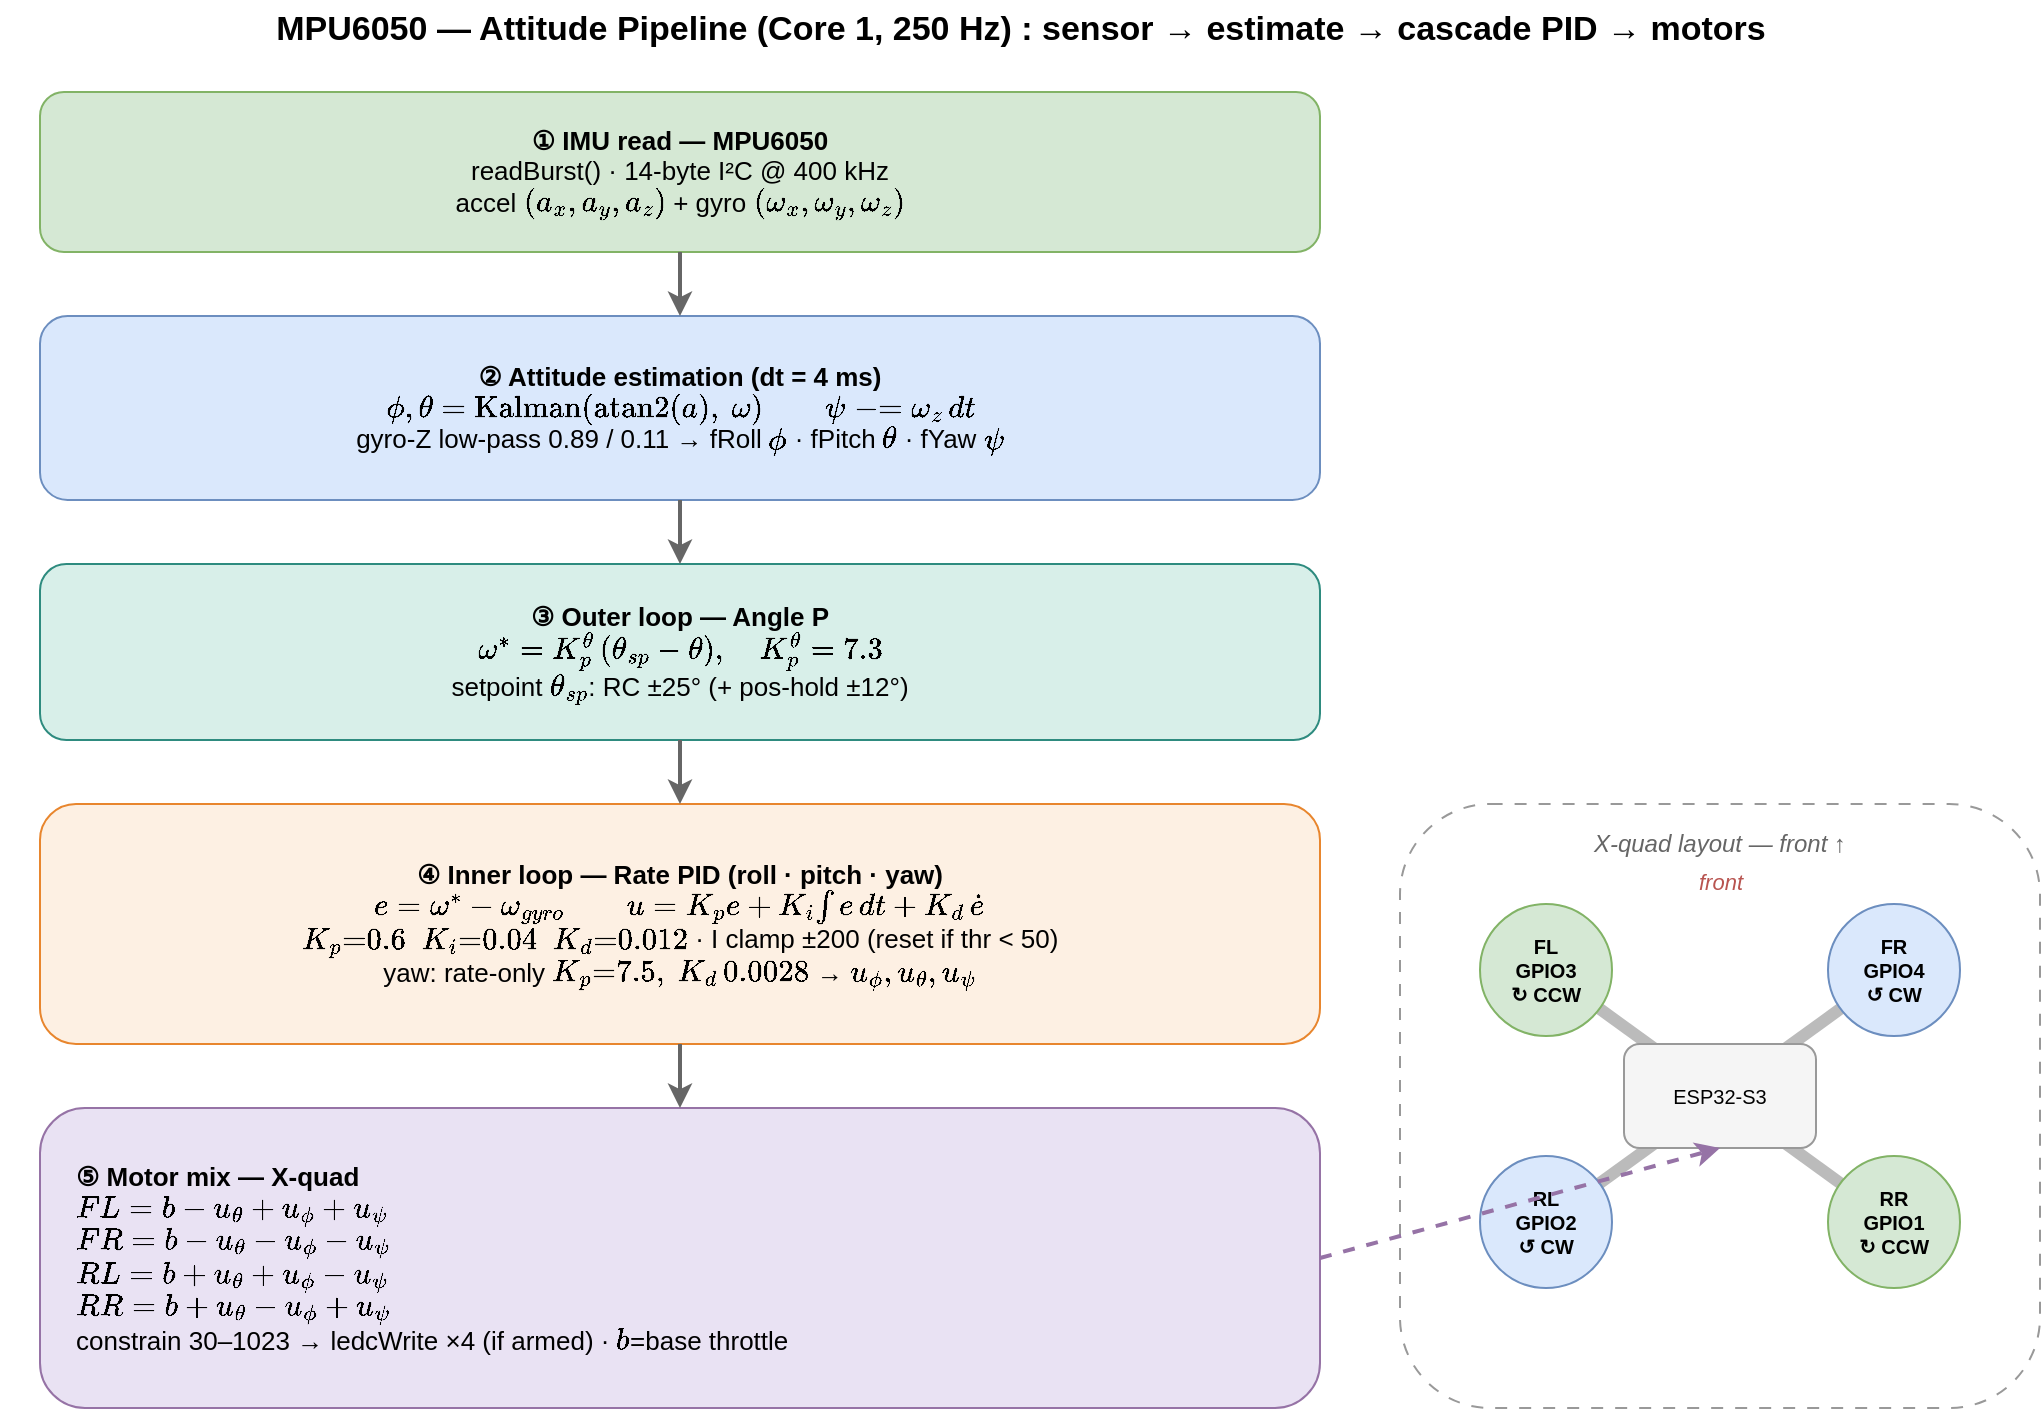
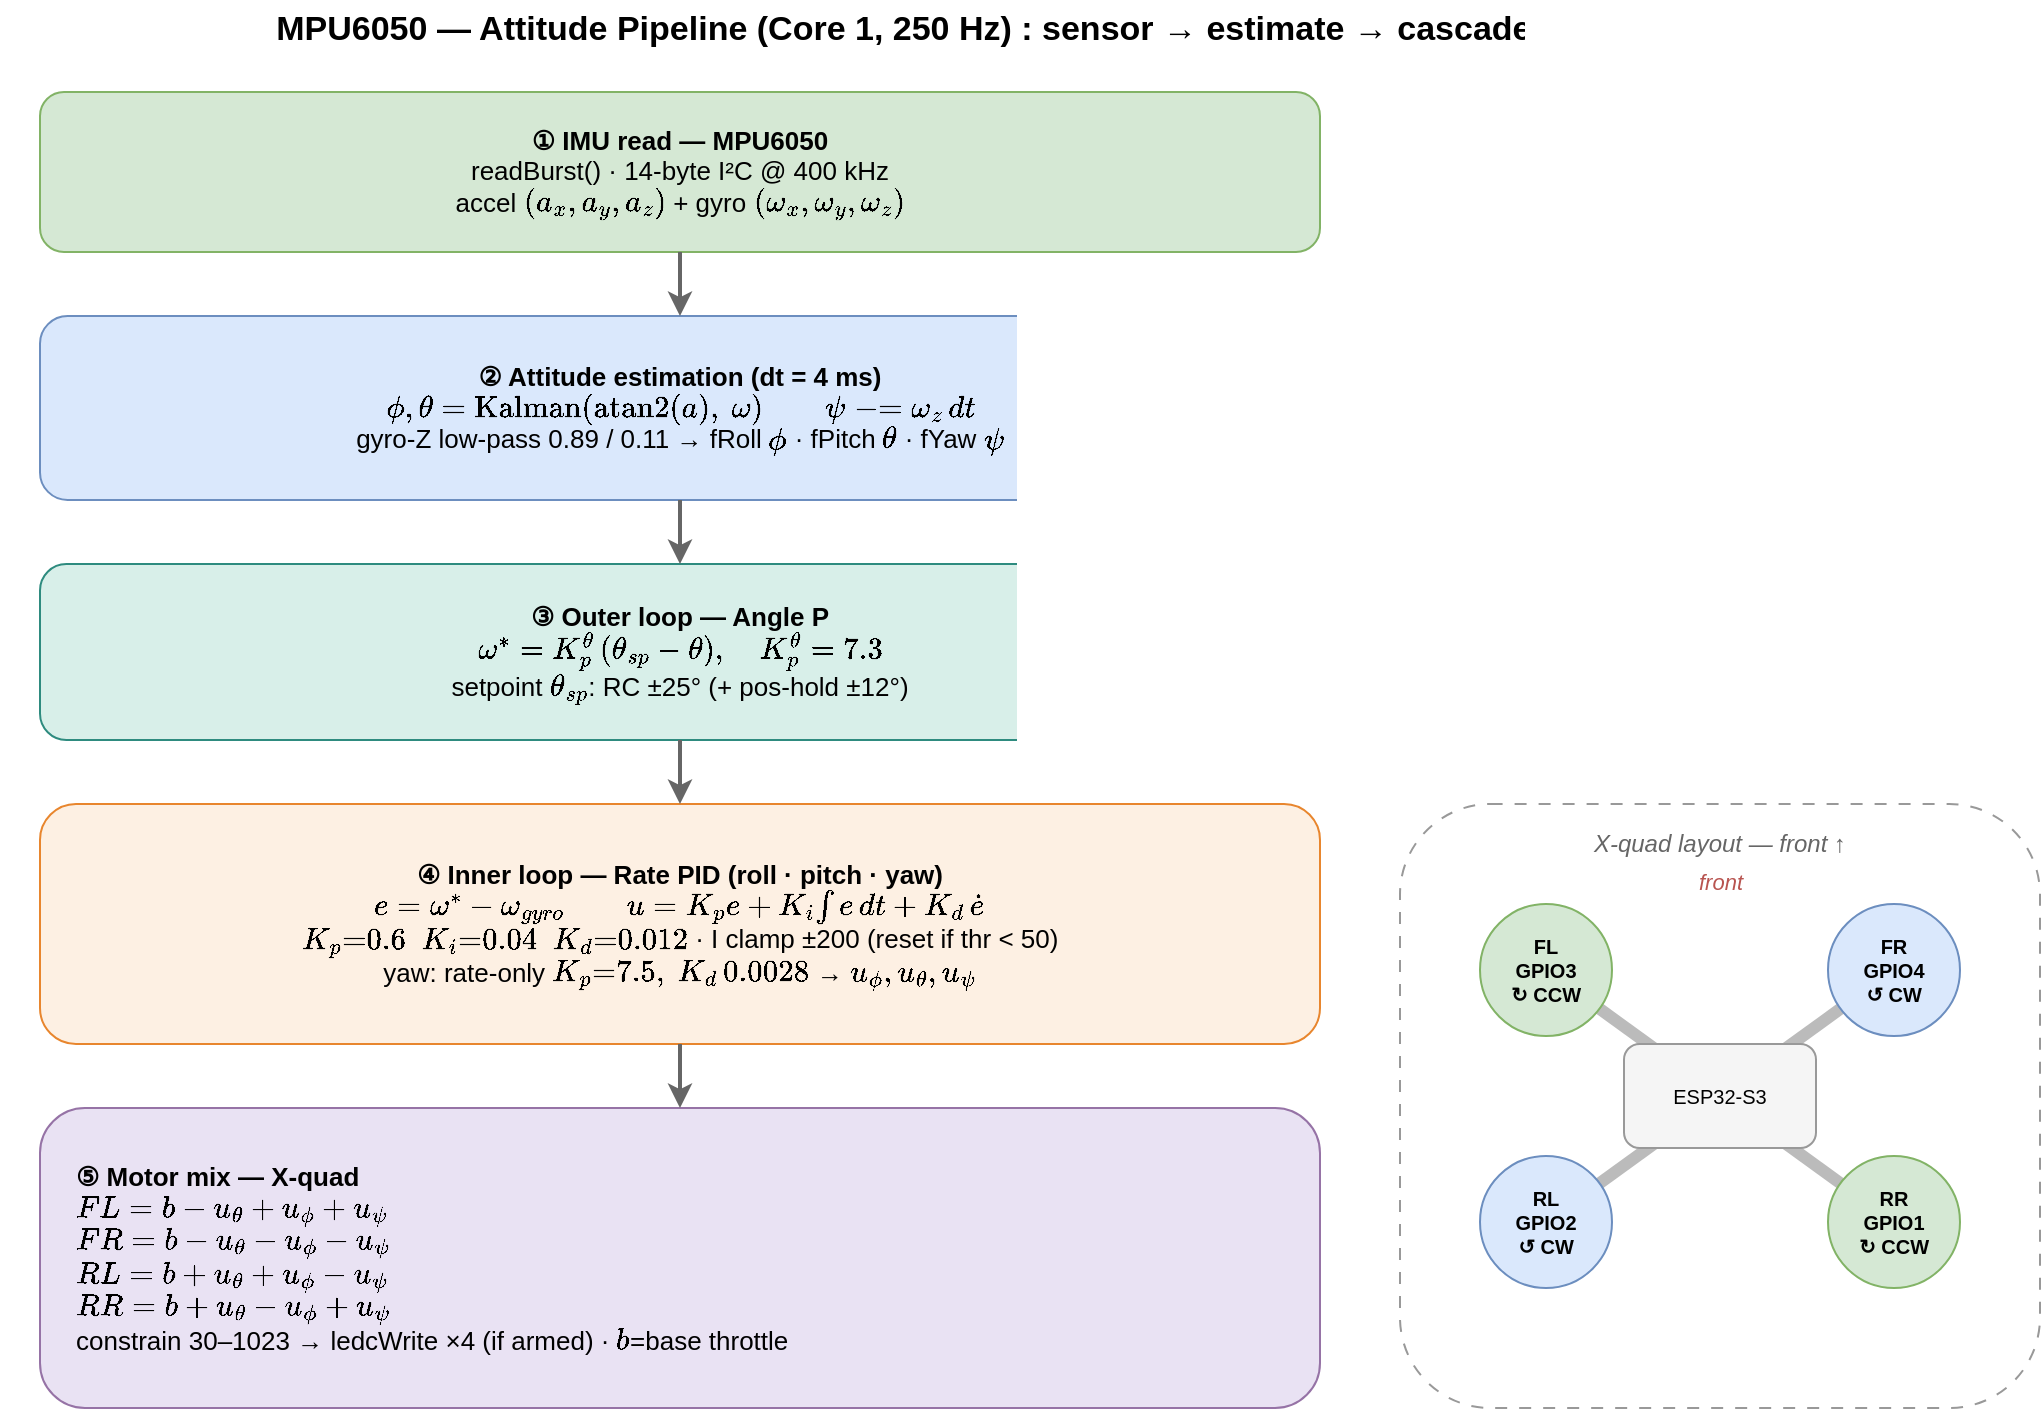
<?xml version="1.0" encoding="UTF-8"?>
<mxfile host="drawio" version="26.0.0">
  <diagram name="MPU6050-Algorithm">
    <mxGraphModel dx="1400" dy="900" grid="1" gridSize="10" guides="1" tooltips="1" connect="1" arrows="1" fold="1" page="1" pageScale="1" math="1" shadow="0">
      <root>
        <mxCell id="0" />
        <mxCell id="1" parent="0" />

        <mxCell id="ttl" value="MPU6050 — Attitude Pipeline (Core 1, 250 Hz) : sensor → estimate → cascade PID → motors" style="text;html=1;align=center;verticalAlign=middle;fontStyle=1;fontSize=17;" vertex="1" parent="1">
          <mxGeometry x="60" y="18" width="1020" height="30" as="geometry" />
        </mxCell>

        <!-- ① IMU read -->
        <mxCell id="s1" value="&lt;b&gt;①  IMU read — MPU6050&lt;/b&gt;&#xa;readBurst() · 14-byte I²C @ 400 kHz&#xa;accel \((a_x,a_y,a_z)\) + gyro \((\omega_x,\omega_y,\omega_z)\)" style="rounded=1;whiteSpace=wrap;html=1;fillColor=#d5e8d4;strokeColor=#82b366;fontSize=13;align=center;verticalAlign=middle;" vertex="1" parent="1">
          <mxGeometry x="80" y="64" width="640" height="80" as="geometry" />
        </mxCell>

        <!-- ② Attitude -->
        <mxCell id="s2" value="&lt;b&gt;②  Attitude estimation  (dt = 4 ms)&lt;/b&gt;&#xa;\(\phi,\theta = \mathrm{Kalman}(\mathrm{atan2}(a),\ \omega)\qquad \psi \mathrel{-}= \omega_z\,dt\)&#xa;gyro-Z low-pass 0.89 / 0.11  →  fRoll \(\phi\) · fPitch \(\theta\) · fYaw \(\psi\)" style="rounded=1;whiteSpace=wrap;html=1;fillColor=#dae8fc;strokeColor=#6c8ebf;fontSize=13;align=center;verticalAlign=middle;" vertex="1" parent="1">
          <mxGeometry x="80" y="176" width="640" height="92" as="geometry" />
        </mxCell>

        <!-- ③ Outer -->
        <mxCell id="s3" value="&lt;b&gt;③  Outer loop — Angle P&lt;/b&gt;&#xa;\(\omega^{*} = K_p^{\theta}\,(\theta_{sp} - \theta),\quad K_p^{\theta}=7.3\)&#xa;setpoint \(\theta_{sp}\): RC ±25° (+ pos-hold ±12°)" style="rounded=1;whiteSpace=wrap;html=1;fillColor=#d8efe9;strokeColor=#2E8B7F;fontSize=13;align=center;verticalAlign=middle;" vertex="1" parent="1">
          <mxGeometry x="80" y="300" width="640" height="88" as="geometry" />
        </mxCell>

        <!-- ④ Inner -->
        <mxCell id="s4" value="&lt;b&gt;④  Inner loop — Rate PID  (roll · pitch · yaw)&lt;/b&gt;&#xa;\(e = \omega^{*} - \omega_{gyro}\qquad u = K_p e + K_i\!\int e\,dt + K_d\,\dot e\)&#xa;\(K_p{=}0.6\ \ K_i{=}0.04\ \ K_d{=}0.012\) · I clamp ±200 (reset if thr &lt; 50)&#xa;yaw: rate-only \(K_p{=}7.5,\ K_d\,0.0028\)  →  \(u_\phi, u_\theta, u_\psi\)" style="rounded=1;whiteSpace=wrap;html=1;fillColor=#fdf0e3;strokeColor=#E8862E;fontSize=13;align=center;verticalAlign=middle;" vertex="1" parent="1">
          <mxGeometry x="80" y="420" width="640" height="120" as="geometry" />
        </mxCell>

        <!-- ⑤ Motor mix -->
        <mxCell id="s5" value="&lt;b&gt;⑤  Motor mix — X-quad&lt;/b&gt;&#xa;\(FL = b - u_\theta + u_\phi + u_\psi\)&#xa;\(FR = b - u_\theta - u_\phi - u_\psi\)&#xa;\(RL = b + u_\theta + u_\phi - u_\psi\)&#xa;\(RR = b + u_\theta - u_\phi + u_\psi\)&#xa;constrain 30–1023 → ledcWrite ×4 (if armed) · \(b\)=base throttle" style="rounded=1;whiteSpace=wrap;html=1;fillColor=#e9e2f3;strokeColor=#9673a6;fontSize=13;align=left;verticalAlign=middle;spacingLeft=16;" vertex="1" parent="1">
          <mxGeometry x="80" y="572" width="640" height="150" as="geometry" />
        </mxCell>

        <!-- flow arrows -->
        <mxCell id="a1" style="html=1;endArrow=classic;strokeColor=#666666;strokeWidth=2;exitX=0.5;exitY=1;entryX=0.5;entryY=0;" edge="1" parent="1" source="s1" target="s2"><mxGeometry relative="1" as="geometry" /></mxCell>
        <mxCell id="a2" style="html=1;endArrow=classic;strokeColor=#666666;strokeWidth=2;exitX=0.5;exitY=1;entryX=0.5;entryY=0;" edge="1" parent="1" source="s2" target="s3"><mxGeometry relative="1" as="geometry" /></mxCell>
        <mxCell id="a3" style="html=1;endArrow=classic;strokeColor=#666666;strokeWidth=2;exitX=0.5;exitY=1;entryX=0.5;entryY=0;" edge="1" parent="1" source="s3" target="s4"><mxGeometry relative="1" as="geometry" /></mxCell>
        <mxCell id="a4" style="html=1;endArrow=classic;strokeColor=#666666;strokeWidth=2;exitX=0.5;exitY=1;entryX=0.5;entryY=0;" edge="1" parent="1" source="s4" target="s5"><mxGeometry relative="1" as="geometry" /></mxCell>

        <!-- ===== X-quad motor layout (right) ===== -->
        <mxCell id="quadBox" value="X-quad layout — front ↑" style="rounded=1;whiteSpace=wrap;html=1;fillColor=none;strokeColor=#999999;dashed=1;dashPattern=6 6;fontSize=12;fontStyle=2;fontColor=#666666;verticalAlign=top;align=center;spacingTop=6;" vertex="1" parent="1">
          <mxGeometry x="760" y="420" width="320" height="302" as="geometry" />
        </mxCell>
        <mxCell id="arm1" style="html=1;endArrow=none;strokeColor=#bbbbbb;strokeWidth=6;" edge="1" parent="1" source="mFL" target="mRR"><mxGeometry relative="1" as="geometry" /></mxCell>
        <mxCell id="arm2" style="html=1;endArrow=none;strokeColor=#bbbbbb;strokeWidth=6;" edge="1" parent="1" source="mFR" target="mRL"><mxGeometry relative="1" as="geometry" /></mxCell>
        <mxCell id="body" value="ESP32-S3" style="rounded=1;whiteSpace=wrap;html=1;fillColor=#f5f5f5;strokeColor=#999999;fontSize=10;" vertex="1" parent="1">
          <mxGeometry x="872" y="540" width="96" height="52" as="geometry" />
        </mxCell>
        <mxCell id="mFL" value="FL&#xa;GPIO3&#xa;↻ CCW" style="ellipse;whiteSpace=wrap;html=1;fillColor=#d5e8d4;strokeColor=#82b366;fontSize=10;fontStyle=1;" vertex="1" parent="1">
          <mxGeometry x="800" y="470" width="66" height="66" as="geometry" />
        </mxCell>
        <mxCell id="mFR" value="FR&#xa;GPIO4&#xa;↺ CW" style="ellipse;whiteSpace=wrap;html=1;fillColor=#dae8fc;strokeColor=#6c8ebf;fontSize=10;fontStyle=1;" vertex="1" parent="1">
          <mxGeometry x="974" y="470" width="66" height="66" as="geometry" />
        </mxCell>
        <mxCell id="mRL" value="RL&#xa;GPIO2&#xa;↺ CW" style="ellipse;whiteSpace=wrap;html=1;fillColor=#dae8fc;strokeColor=#6c8ebf;fontSize=10;fontStyle=1;" vertex="1" parent="1">
          <mxGeometry x="800" y="596" width="66" height="66" as="geometry" />
        </mxCell>
        <mxCell id="mRR" value="RR&#xa;GPIO1&#xa;↻ CCW" style="ellipse;whiteSpace=wrap;html=1;fillColor=#d5e8d4;strokeColor=#82b366;fontSize=10;fontStyle=1;" vertex="1" parent="1">
          <mxGeometry x="974" y="596" width="66" height="66" as="geometry" />
        </mxCell>
        <mxCell id="frontArrow" value="front" style="text;html=1;align=center;fontSize=11;fontStyle=2;fontColor=#b85450;" vertex="1" parent="1">
          <mxGeometry x="890" y="446" width="60" height="18" as="geometry" />
        </mxCell>
-         <mxCell id="pipeIn" style="html=1;endArrow=classic;strokeColor=#9673a6;strokeWidth=2;exitX=1;exitY=0.5;entryX=0.5;entryY=1;dashed=1;" edge="1" parent="1" source="s5" target="body"><mxGeometry relative="1" as="geometry" /></mxCell>

      </root>
    </mxGraphModel>
  </diagram>
</mxfile>
